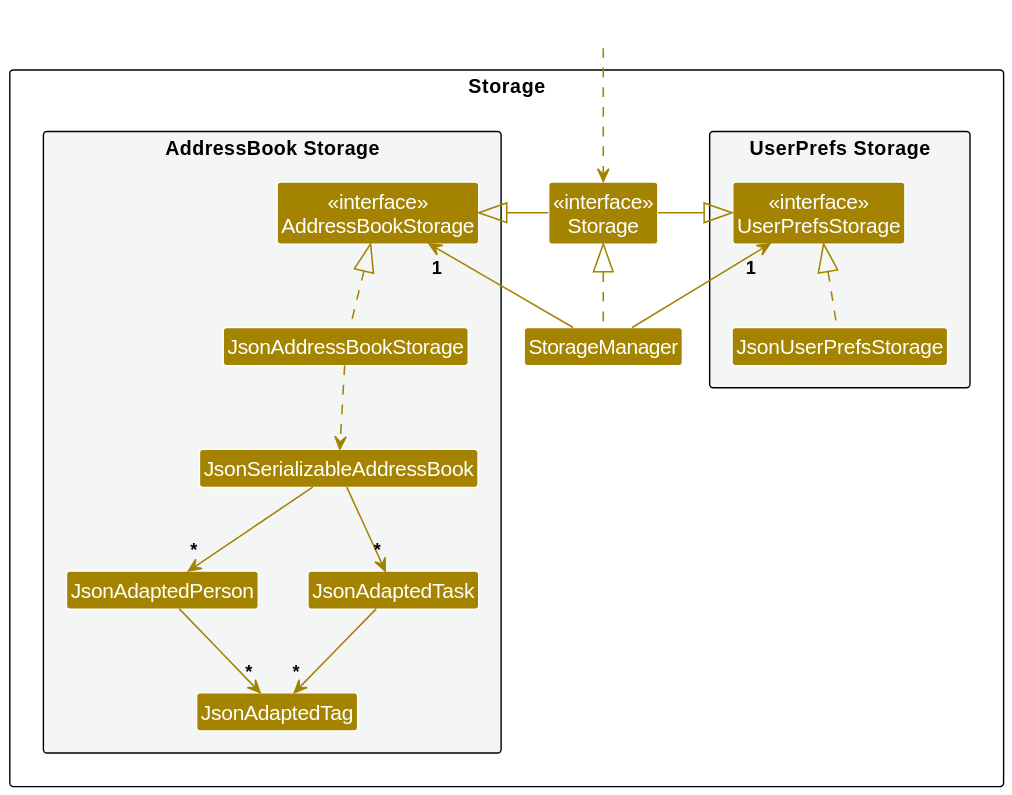
Above: docs/assets/svg/dg/StorageClassDiagram.svg in pra-navi/tp (PlantUML), before the change.
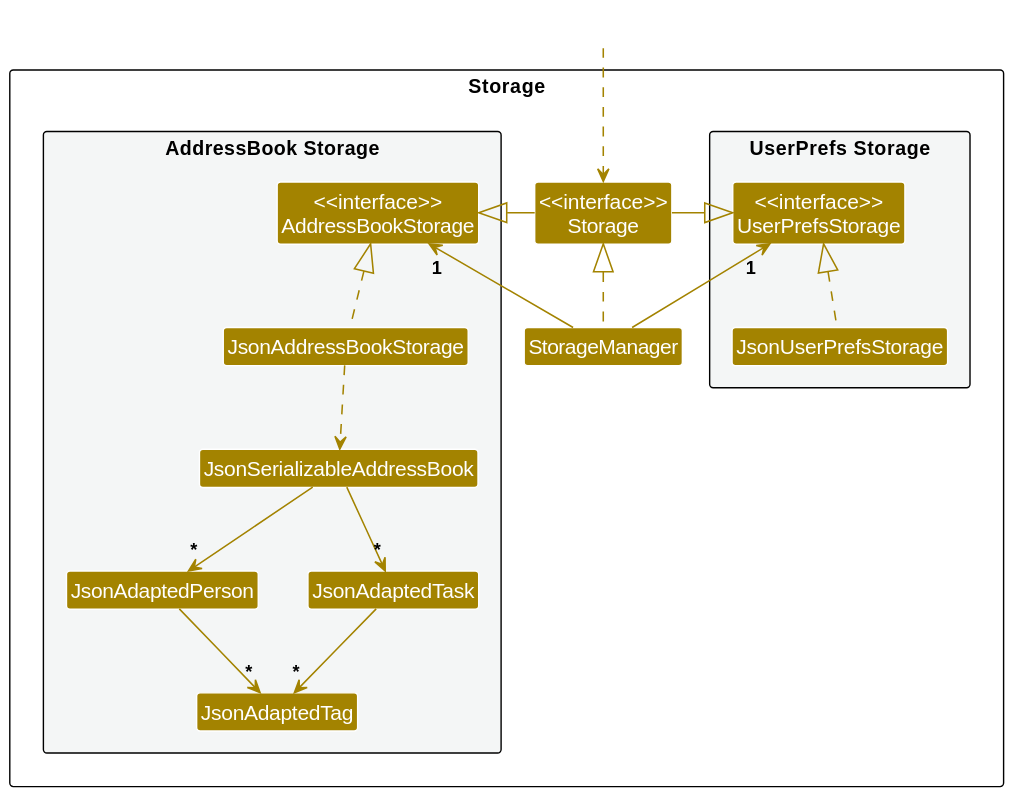
After the change.

The edit, as a diff of the source:
```diff
@@ -7,15 +7,15 @@
 package Storage as StoragePackage {
 
 package "UserPrefs Storage" #F4F6F6{
-Class "«interface»\nUserPrefsStorage" as UserPrefsStorage
+Class "<<interface>>\nUserPrefsStorage" as UserPrefsStorage
 Class JsonUserPrefsStorage
 }
 
-Class "«interface»\nStorage" as Storage
+Class "<<interface>>\nStorage" as Storage
 Class StorageManager
 
 package "AddressBook Storage" #F4F6F6{
-Class "«interface»\nAddressBookStorage" as AddressBookStorage
+Class "<<interface>>\nAddressBookStorage" as AddressBookStorage
 Class JsonAddressBookStorage
 Class JsonSerializableAddressBook
 Class JsonAdaptedPerson
```
